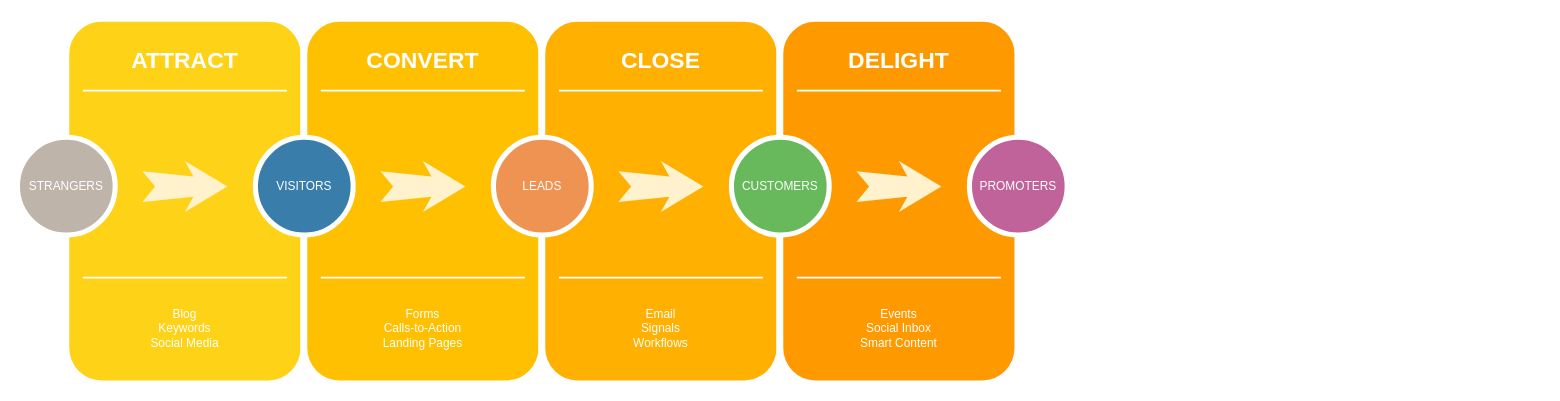
The draw.io diagram tshop/Untitled Diagram.drawio in lawplus/diagrams, before the edit. Source tidied: cells renumbered, new cells numbered last; positions are measured from the earlier drawing's top-left corner, leaving out a move shared by most shapes. Both pictures are drawn from the tidied source at 85%, with x=0, y=0 at pixel (17, 18).
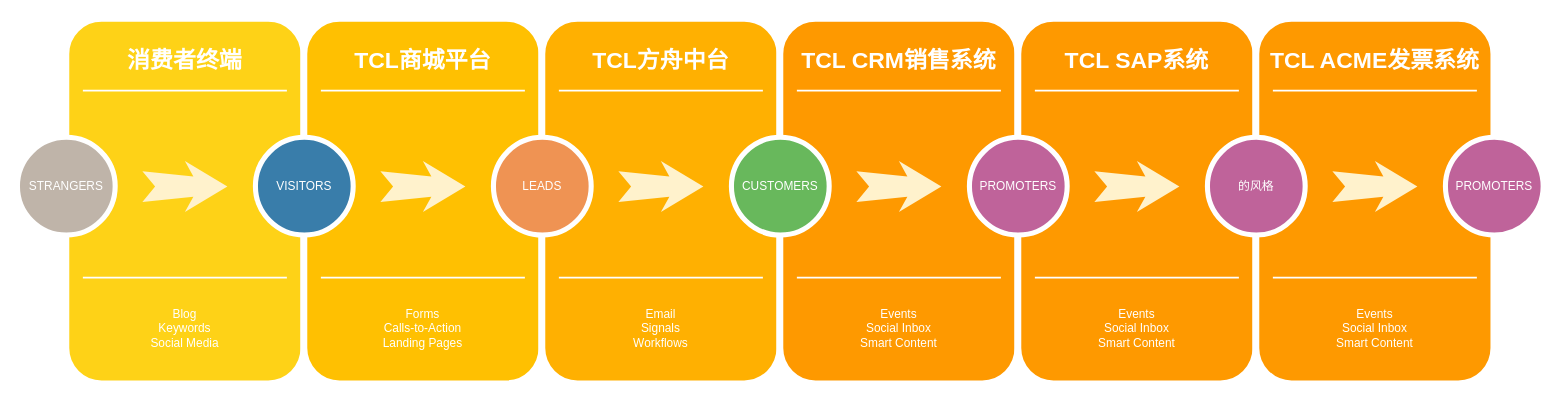
Above is the later version.

Commit message:
TCL之家Pro-PIA数据流转图.drawio

Change to the diagram source:
```diff
@@
-    <mxCell id="3" value="ATTRACT" style="text;html=1;strokeColor=none;fillColor=none;align=center;verticalAlign=middle;whiteSpace=wrap;rounded=0;shadow=0;fontSize=27;fontColor=#FFFFFF;fontStyle=1;" parent="1" vertex="1">
+    <mxCell id="3" value="消费者终端" style="text;html=1;strokeColor=none;fillColor=none;align=center;verticalAlign=middle;whiteSpace=wrap;rounded=0;shadow=0;fontSize=27;fontColor=#FFFFFF;fontStyle=1;" parent="1" vertex="1">
       <mxGeometry x="57" y="20" width="280" height="60" as="geometry" />
     </mxCell>
@@
-    <mxCell id="10" value="CONVERT" style="text;html=1;strokeColor=none;fillColor=none;align=center;verticalAlign=middle;whiteSpace=wrap;rounded=0;shadow=0;fontSize=27;fontColor=#FFFFFF;fontStyle=1;" parent="1" vertex="1">
+    <mxCell id="10" value="TCL商城平台" style="text;html=1;strokeColor=none;fillColor=none;align=center;verticalAlign=middle;whiteSpace=wrap;rounded=0;shadow=0;fontSize=27;fontColor=#FFFFFF;fontStyle=1;" parent="1" vertex="1">
       <mxGeometry x="337" y="20" width="280" height="60" as="geometry" />
     </mxCell>
@@
-    <mxCell id="17" value="CLOSE" style="text;html=1;strokeColor=none;fillColor=none;align=center;verticalAlign=middle;whiteSpace=wrap;rounded=0;shadow=0;fontSize=27;fontColor=#FFFFFF;fontStyle=1;" parent="1" vertex="1">
+    <mxCell id="17" value="TCL方舟中台" style="text;html=1;strokeColor=none;fillColor=none;align=center;verticalAlign=middle;whiteSpace=wrap;rounded=0;shadow=0;fontSize=27;fontColor=#FFFFFF;fontStyle=1;" parent="1" vertex="1">
       <mxGeometry x="617" y="20" width="280" height="60" as="geometry" />
     </mxCell>
@@
-    <mxCell id="24" value="DELIGHT" style="text;html=1;strokeColor=none;fillColor=none;align=center;verticalAlign=middle;whiteSpace=wrap;rounded=0;shadow=0;fontSize=27;fontColor=#FFFFFF;fontStyle=1;" parent="1" vertex="1">
+    <mxCell id="24" value="TCL CRM销售系统" style="text;html=1;strokeColor=none;fillColor=none;align=center;verticalAlign=middle;whiteSpace=wrap;rounded=0;shadow=0;fontSize=27;fontColor=#FFFFFF;fontStyle=1;" parent="1" vertex="1">
       <mxGeometry x="897" y="20" width="280" height="60" as="geometry" />
     </mxCell>
@@
+    <mxCell id="31" style="whiteSpace=wrap;html=1;rounded=1;shadow=0;strokeWidth=8;fontSize=20;align=center;fillColor=#FE9900;strokeColor=#FFFFFF;" parent="1" vertex="1">
+      <mxGeometry x="1177" width="280" height="430" as="geometry" />
+    </mxCell>
+    <mxCell id="32" value="TCL SAP系统" style="text;html=1;strokeColor=none;fillColor=none;align=center;verticalAlign=middle;whiteSpace=wrap;rounded=0;shadow=0;fontSize=27;fontColor=#FFFFFF;fontStyle=1;" parent="1" vertex="1">
+      <mxGeometry x="1177" y="20" width="280" height="60" as="geometry" />
+    </mxCell>
+    <mxCell id="33" value="Events&lt;div&gt;Social Inbox&lt;/div&gt;&lt;div&gt;Smart Content&lt;/div&gt;" style="text;html=1;strokeColor=none;fillColor=none;align=center;verticalAlign=middle;whiteSpace=wrap;rounded=0;shadow=0;fontSize=14;fontColor=#FFFFFF;" parent="1" vertex="1">
+      <mxGeometry x="1177" y="320" width="280" height="90" as="geometry" />
+    </mxCell>
+    <mxCell id="34" style="line;strokeWidth=2;html=1;rounded=0;shadow=0;fontSize=27;align=center;fillColor=none;strokeColor=#FFFFFF;" parent="1" vertex="1">
+      <mxGeometry x="1197" y="80" width="240" height="10" as="geometry" />
+    </mxCell>
+    <mxCell id="35" style="line;strokeWidth=2;html=1;rounded=0;shadow=0;fontSize=27;align=center;fillColor=none;strokeColor=#FFFFFF;" parent="1" vertex="1">
+      <mxGeometry x="1197" y="300" width="240" height="10" as="geometry" />
+    </mxCell>
+    <mxCell id="36" style="html=1;shadow=0;dashed=0;align=center;verticalAlign=middle;shape=mxgraph.arrows2.stylisedArrow;dy=0.6;dx=40;notch=15;feather=0.4;rounded=0;strokeWidth=1;fontSize=27;strokeColor=none;fillColor=#fff2cc;" parent="1" vertex="1">
+      <mxGeometry x="1267" y="168" width="100" height="60" as="geometry" />
+    </mxCell>
@@
+    <mxCell id="37" style="whiteSpace=wrap;html=1;rounded=1;shadow=0;strokeWidth=8;fontSize=20;align=center;fillColor=#FE9900;strokeColor=#FFFFFF;" parent="1" vertex="1">
+      <mxGeometry x="1457" width="280" height="430" as="geometry" />
+    </mxCell>
+    <mxCell id="38" value="TCL ACME发票系统" style="text;html=1;strokeColor=none;fillColor=none;align=center;verticalAlign=middle;whiteSpace=wrap;rounded=0;shadow=0;fontSize=27;fontColor=#FFFFFF;fontStyle=1;" parent="1" vertex="1">
+      <mxGeometry x="1457" y="20" width="280" height="60" as="geometry" />
+    </mxCell>
+    <mxCell id="39" value="Events&lt;div&gt;Social Inbox&lt;/div&gt;&lt;div&gt;Smart Content&lt;/div&gt;" style="text;html=1;strokeColor=none;fillColor=none;align=center;verticalAlign=middle;whiteSpace=wrap;rounded=0;shadow=0;fontSize=14;fontColor=#FFFFFF;" parent="1" vertex="1">
+      <mxGeometry x="1457" y="320" width="280" height="90" as="geometry" />
+    </mxCell>
+    <mxCell id="40" style="line;strokeWidth=2;html=1;rounded=0;shadow=0;fontSize=27;align=center;fillColor=none;strokeColor=#FFFFFF;" parent="1" vertex="1">
+      <mxGeometry x="1477" y="80" width="240" height="10" as="geometry" />
+    </mxCell>
+    <mxCell id="41" style="line;strokeWidth=2;html=1;rounded=0;shadow=0;fontSize=27;align=center;fillColor=none;strokeColor=#FFFFFF;" parent="1" vertex="1">
+      <mxGeometry x="1477" y="300" width="240" height="10" as="geometry" />
+    </mxCell>
+    <mxCell id="42" style="html=1;shadow=0;dashed=0;align=center;verticalAlign=middle;shape=mxgraph.arrows2.stylisedArrow;dy=0.6;dx=40;notch=15;feather=0.4;rounded=0;strokeWidth=1;fontSize=27;strokeColor=none;fillColor=#fff2cc;" parent="1" vertex="1">
+      <mxGeometry x="1547" y="168" width="100" height="60" as="geometry" />
+    </mxCell>
+    <mxCell id="43" value="PROMOTERS" style="ellipse;whiteSpace=wrap;html=1;rounded=0;shadow=0;strokeWidth=6;fontSize=14;align=center;fillColor=#BF639A;strokeColor=#FFFFFF;fontColor=#FFFFFF;" parent="1" vertex="1">
+      <mxGeometry x="1680" y="140" width="115" height="115" as="geometry" />
+    </mxCell>
+    <mxCell id="44" value="的风格" style="ellipse;whiteSpace=wrap;html=1;rounded=0;shadow=0;strokeWidth=6;fontSize=14;align=center;fillColor=#BF639A;strokeColor=#FFFFFF;fontColor=#FFFFFF;" parent="1" vertex="1">
+      <mxGeometry x="1400" y="140" width="115" height="115" as="geometry" />
+    </mxCell>
```
